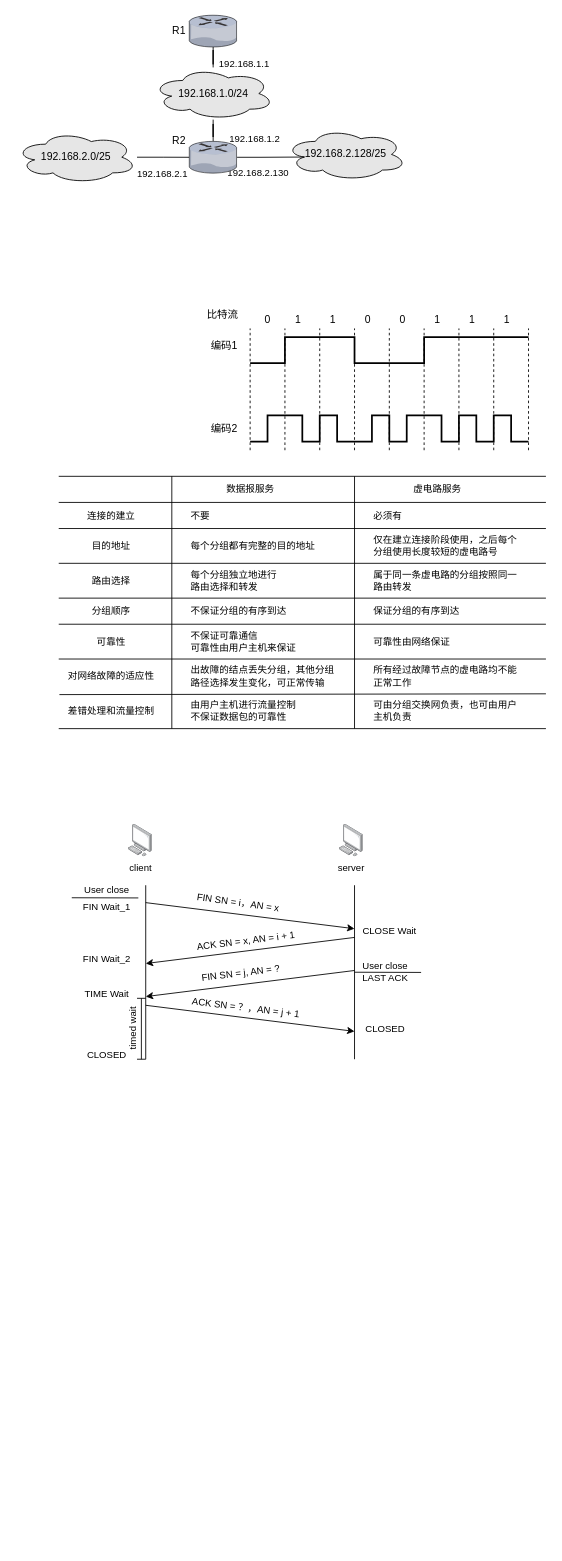
Above: hz-nw题库图.drawio in MendyD/408-nw (draw.io), before the change. Source tidied: cells renumbered, new cells numbered last; positions are measured from the earlier drawing's top-left corner, leaving out a move shared by most shapes. Both pictures are drawn from the tidied source at 87%, with x=0, y=0 at pixel (15, 15).
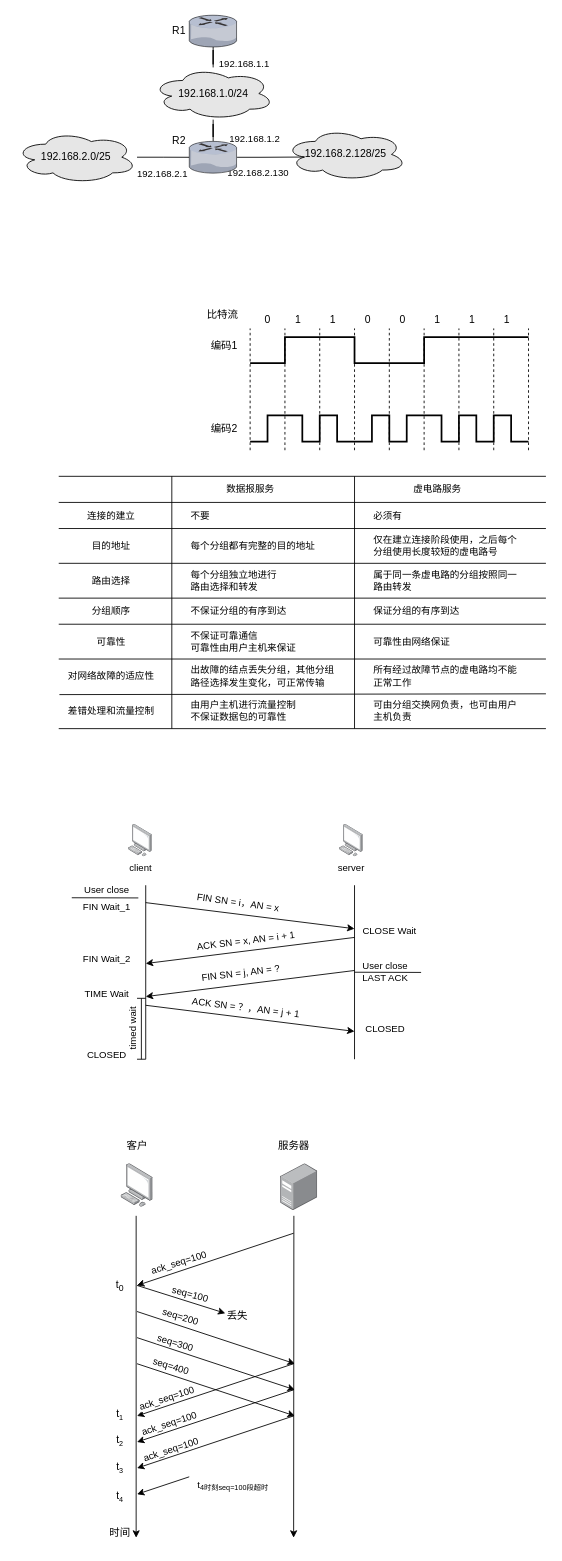
The same page after the edit.

Commit message:
更新hz-nw题库图.drawio

The edit, as a diff of the source:
```diff
@@
+    <mxCell id="100" style="group;" parent="1" vertex="1">
+      <mxGeometry x="95" y="1285" width="255" height="475" as="geometry" />
+    </mxCell>
+    <mxCell id="101" style="html=1;align=center;shadow=0;dashed=0;image;image=img/lib/allied_telesis/computer_and_terminals/Personal_Computer.svg;fontSize=11;fillColor=#E6E6E6;" parent="100" vertex="1">
+      <mxGeometry x="26.6" y="35" width="36.9" height="50" as="geometry" />
+    </mxCell>
+    <mxCell id="102" style="html=1;align=center;shadow=0;dashed=0;image;image=img/lib/allied_telesis/computer_and_terminals/Server_Desktop.svg;" parent="100" vertex="1">
+      <mxGeometry x="210" y="35" width="42.6" height="54" as="geometry" />
+    </mxCell>
+    <mxCell id="103" value="客户" style="text;html=1;align=center;verticalAlign=middle;strokeColor=none;fillColor=none;" parent="100" vertex="1">
+      <mxGeometry x="20" width="50" height="30" as="geometry" />
+    </mxCell>
+    <mxCell id="104" value="服务器" style="text;html=1;align=center;verticalAlign=middle;strokeColor=none;fillColor=none;" parent="100" vertex="1">
+      <mxGeometry x="195" width="60" height="30" as="geometry" />
+    </mxCell>
+    <mxCell id="105" style="endArrow=none;html=1;rounded=0;strokeWidth=1;fontSize=11;startArrow=classic;startFill=1;" parent="100" edge="1">
+      <mxGeometry relative="1" as="geometry">
+        <mxPoint x="44" y="465" as="sourcePoint" />
+        <mxPoint x="44" y="95" as="targetPoint" />
+      </mxGeometry>
+    </mxCell>
+    <mxCell id="106" style="endArrow=none;html=1;rounded=0;strokeWidth=1;fontSize=11;startArrow=classic;startFill=1;" parent="100" edge="1">
+      <mxGeometry relative="1" as="geometry">
+        <mxPoint x="225" y="465" as="sourcePoint" />
+        <mxPoint x="225.3" y="95" as="targetPoint" />
+      </mxGeometry>
+    </mxCell>
+    <mxCell id="107" style="endArrow=classic;html=1;rounded=0;strokeWidth=1;fontSize=11;" parent="100" edge="1">
+      <mxGeometry relative="1" as="geometry">
+        <mxPoint x="225" y="115" as="sourcePoint" />
+        <mxPoint x="45" y="175" as="targetPoint" />
+      </mxGeometry>
+    </mxCell>
+    <mxCell id="108" value="ack_seq=100" style="edgeLabel;html=1;align=center;verticalAlign=middle;rotation=343;" parent="107" vertex="1">
+      <mxGeometry x="0.53" y="-1" relative="1" as="geometry">
+        <mxPoint x="5" y="-11" as="offset" />
+      </mxGeometry>
+    </mxCell>
+    <mxCell id="109" style="endArrow=classic;html=1;rounded=0;strokeWidth=1;fontSize=11;" parent="100" edge="1">
+      <mxGeometry relative="1" as="geometry">
+        <mxPoint x="45" y="175" as="sourcePoint" />
+        <mxPoint x="146.5" y="207" as="targetPoint" />
+      </mxGeometry>
+    </mxCell>
+    <mxCell id="110" value="seq=100" style="edgeLabel;html=1;align=center;verticalAlign=middle;rotation=15;" parent="109" vertex="1">
+      <mxGeometry x="-0.03" y="-1" relative="1" as="geometry">
+        <mxPoint x="11" y="-7" as="offset" />
+      </mxGeometry>
+    </mxCell>
+    <mxCell id="111" style="endArrow=classic;html=1;rounded=0;strokeWidth=1;fontSize=11;" parent="100" edge="1">
+      <mxGeometry relative="1" as="geometry">
+        <mxPoint x="45" y="205" as="sourcePoint" />
+        <mxPoint x="226.5" y="265" as="targetPoint" />
+      </mxGeometry>
+    </mxCell>
+    <mxCell id="112" style="endArrow=classic;html=1;rounded=0;strokeWidth=1;fontSize=11;" parent="100" edge="1">
+      <mxGeometry relative="1" as="geometry">
+        <mxPoint x="45" y="235" as="sourcePoint" />
+        <mxPoint x="226.5" y="295" as="targetPoint" />
+      </mxGeometry>
+    </mxCell>
+    <mxCell id="113" style="endArrow=classic;html=1;rounded=0;strokeWidth=1;fontSize=11;" parent="100" edge="1">
+      <mxGeometry relative="1" as="geometry">
+        <mxPoint x="45" y="265" as="sourcePoint" />
+        <mxPoint x="226.5" y="325" as="targetPoint" />
+      </mxGeometry>
+    </mxCell>
+    <mxCell id="114" style="endArrow=classic;html=1;rounded=0;strokeWidth=1;fontSize=11;" parent="100" edge="1">
+      <mxGeometry relative="1" as="geometry">
+        <mxPoint x="225" y="265" as="sourcePoint" />
+        <mxPoint x="45" y="325" as="targetPoint" />
+      </mxGeometry>
+    </mxCell>
+    <mxCell id="115" value="ack_seq=100" style="edgeLabel;html=1;align=center;verticalAlign=middle;rotation=342;" parent="114" vertex="1">
+      <mxGeometry x="0.53" y="-1" relative="1" as="geometry">
+        <mxPoint x="-9" y="-5" as="offset" />
+      </mxGeometry>
+    </mxCell>
+    <mxCell id="116" style="endArrow=classic;html=1;rounded=0;strokeWidth=1;fontSize=11;" parent="100" edge="1">
+      <mxGeometry relative="1" as="geometry">
+        <mxPoint x="225" y="295" as="sourcePoint" />
+        <mxPoint x="45" y="355" as="targetPoint" />
+      </mxGeometry>
+    </mxCell>
+    <mxCell id="117" value="ack_seq=100" style="edgeLabel;html=1;align=center;verticalAlign=middle;rotation=342;" parent="116" vertex="1">
+      <mxGeometry x="0.53" y="-1" relative="1" as="geometry">
+        <mxPoint x="-6" y="-6" as="offset" />
+      </mxGeometry>
+    </mxCell>
+    <mxCell id="118" style="endArrow=classic;html=1;rounded=0;strokeWidth=1;fontSize=11;" parent="100" edge="1">
+      <mxGeometry relative="1" as="geometry">
+        <mxPoint x="225" y="325" as="sourcePoint" />
+        <mxPoint x="45" y="385" as="targetPoint" />
+      </mxGeometry>
+    </mxCell>
+    <mxCell id="119" value="ack_seq=100" style="edgeLabel;html=1;align=center;verticalAlign=middle;rotation=342;" parent="118" vertex="1">
+      <mxGeometry x="0.53" y="-1" relative="1" as="geometry">
+        <mxPoint x="-4" y="-6" as="offset" />
+      </mxGeometry>
+    </mxCell>
+    <mxCell id="120" value="丢失" style="text;html=1;align=center;verticalAlign=middle;strokeColor=none;fillColor=none;" parent="100" vertex="1">
+      <mxGeometry x="135" y="195" width="50" height="30" as="geometry" />
+    </mxCell>
+    <mxCell id="121" value="seq=200" style="edgeLabel;html=1;align=center;verticalAlign=middle;rotation=17;" parent="100" vertex="1">
+      <mxGeometry x="95" y="210" as="geometry" />
+    </mxCell>
+    <mxCell id="122" value="seq=300" style="edgeLabel;html=1;align=center;verticalAlign=middle;rotation=17;" parent="100" vertex="1">
+      <mxGeometry x="88.5" y="240" as="geometry" />
+    </mxCell>
+    <mxCell id="123" value="seq=400" style="edgeLabel;html=1;align=center;verticalAlign=middle;rotation=17;" parent="100" vertex="1">
+      <mxGeometry x="84" y="267" as="geometry" />
+    </mxCell>
+    <mxCell id="124" value="t&lt;sub&gt;0&lt;/sub&gt;" style="text;html=1;align=center;verticalAlign=middle;strokeColor=none;fillColor=none;" parent="100" vertex="1">
+      <mxGeometry x="10" y="160" width="30" height="30" as="geometry" />
+    </mxCell>
+    <mxCell id="125" value="t&lt;span style=&quot;font-size: 10px;&quot;&gt;&lt;sub&gt;1&lt;/sub&gt;&lt;/span&gt;" style="text;html=1;align=center;verticalAlign=middle;strokeColor=none;fillColor=none;" parent="100" vertex="1">
+      <mxGeometry x="10" y="308" width="30" height="30" as="geometry" />
+    </mxCell>
+    <mxCell id="126" value="t&lt;span style=&quot;font-size: 10px;&quot;&gt;&lt;sub&gt;2&lt;/sub&gt;&lt;/span&gt;" style="text;html=1;align=center;verticalAlign=middle;strokeColor=none;fillColor=none;" parent="100" vertex="1">
+      <mxGeometry x="10" y="338" width="30" height="30" as="geometry" />
+    </mxCell>
+    <mxCell id="127" value="t&lt;span style=&quot;font-size: 10px;&quot;&gt;&lt;sub&gt;3&lt;/sub&gt;&lt;/span&gt;" style="text;html=1;align=center;verticalAlign=middle;strokeColor=none;fillColor=none;" parent="100" vertex="1">
+      <mxGeometry x="10" y="369" width="30" height="30" as="geometry" />
+    </mxCell>
+    <mxCell id="128" style="endArrow=classic;html=1;rounded=0;strokeWidth=1;fontSize=11;" parent="100" edge="1">
+      <mxGeometry relative="1" as="geometry">
+        <mxPoint x="105" y="395" as="sourcePoint" />
+        <mxPoint x="45" y="415" as="targetPoint" />
+      </mxGeometry>
+    </mxCell>
+    <mxCell id="129" value="t&lt;font size=&quot;1&quot;&gt;&lt;sub&gt;4时刻seq=100段超时&lt;/sub&gt;&lt;/font&gt;" style="edgeLabel;html=1;align=center;verticalAlign=middle;" parent="128" vertex="1">
+      <mxGeometry x="-0.75" y="-2" relative="1" as="geometry">
+        <mxPoint x="58" y="9" as="offset" />
+      </mxGeometry>
+    </mxCell>
+    <mxCell id="130" value="t&lt;span style=&quot;font-size: 10px;&quot;&gt;&lt;sub&gt;4&lt;/sub&gt;&lt;/span&gt;" style="text;html=1;align=center;verticalAlign=middle;strokeColor=none;fillColor=none;" parent="100" vertex="1">
+      <mxGeometry x="10" y="402" width="30" height="30" as="geometry" />
+    </mxCell>
+    <mxCell id="131" value="时间" style="text;html=1;align=center;verticalAlign=middle;strokeColor=none;fillColor=none;" parent="100" vertex="1">
+      <mxGeometry y="445" width="50" height="30" as="geometry" />
+    </mxCell>
```
